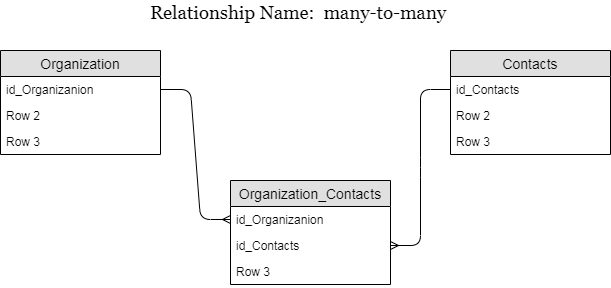
The draw.io diagram task1.png in VaniaKostiuk/Test_for_dev_Kostiuk, before a commit. Source tidied: cells renumbered, new cells last; positions are measured from the earlier drawing's top-left corner, leaving out a move shared by most shapes.
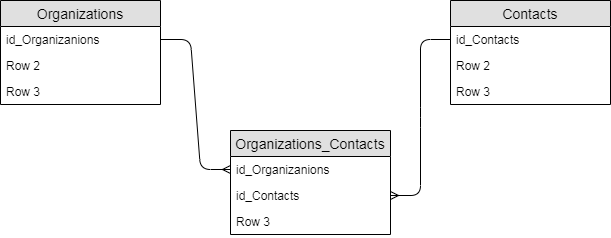
Above is the later version.

Change to the diagram source:
```diff
@@ -2,10 +2,10 @@
   <root>
     <mxCell id="0" />
     <mxCell id="1" parent="0" />
-    <mxCell id="2" value="Organization" style="swimlane;fontStyle=0;horizontal=1;startSize=26;fillColor=#e0e0e0;swimlaneFillColor=#ffffff;align=center;fontSize=14;" parent="1" vertex="1">
+    <mxCell id="2" value="Organizations" style="swimlane;fontStyle=0;horizontal=1;startSize=26;fillColor=#e0e0e0;swimlaneFillColor=#ffffff;align=center;fontSize=14;" parent="1" vertex="1">
       <mxGeometry y="50" width="160" height="104" as="geometry" />
     </mxCell>
-    <mxCell id="3" value="id_Organizanion" style="text;strokeColor=none;fillColor=none;spacingLeft=4;spacingRight=4;overflow=hidden;points=[[0,0.5],[1,0.5]];portConstraint=eastwest;fontSize=12;" parent="2" vertex="1">
+    <mxCell id="3" value="id_Organizanions" style="text;strokeColor=none;fillColor=none;spacingLeft=4;spacingRight=4;overflow=hidden;points=[[0,0.5],[1,0.5]];portConstraint=eastwest;fontSize=12;" parent="2" vertex="1">
       <mxGeometry y="26" width="160" height="26" as="geometry" />
     </mxCell>
     <mxCell id="4" value="Row 2" style="text;strokeColor=none;fillColor=none;spacingLeft=4;spacingRight=4;overflow=hidden;fontSize=12;" parent="2" vertex="1">
@@ -26,10 +26,10 @@
     <mxCell id="9" value="Row 3" style="text;strokeColor=none;fillColor=none;spacingLeft=4;spacingRight=4;overflow=hidden;fontSize=12;" parent="6" vertex="1">
       <mxGeometry y="78" width="160" height="26" as="geometry" />
     </mxCell>
-    <mxCell id="10" value="Organization_Contacts" style="swimlane;fontStyle=0;horizontal=1;startSize=26;fillColor=#e0e0e0;swimlaneFillColor=#ffffff;align=center;fontSize=14;" parent="1" vertex="1">
+    <mxCell id="10" value="Organizations_Contacts" style="swimlane;fontStyle=0;horizontal=1;startSize=26;fillColor=#e0e0e0;swimlaneFillColor=#ffffff;align=center;fontSize=14;" parent="1" vertex="1">
       <mxGeometry x="230" y="180" width="160" height="104" as="geometry" />
     </mxCell>
-    <mxCell id="11" value="id_Organizanion" style="text;strokeColor=none;fillColor=none;spacingLeft=4;spacingRight=4;overflow=hidden;points=[[0,0.5],[1,0.5]];portConstraint=eastwest;fontSize=12;" parent="10" vertex="1">
+    <mxCell id="11" value="id_Organizanions" style="text;strokeColor=none;fillColor=none;spacingLeft=4;spacingRight=4;overflow=hidden;points=[[0,0.5],[1,0.5]];portConstraint=eastwest;fontSize=12;" parent="10" vertex="1">
       <mxGeometry y="26" width="160" height="26" as="geometry" />
     </mxCell>
     <mxCell id="12" value="id_Contacts" style="text;strokeColor=none;fillColor=none;spacingLeft=4;spacingRight=4;overflow=hidden;points=[[0,0.5],[1,0.5]];portConstraint=eastwest;fontSize=12;" parent="10" vertex="1">
@@ -44,8 +44,5 @@
     <mxCell id="15" style="edgeStyle=entityRelationEdgeStyle;fontSize=12;html=1;endArrow=none;exitX=1;exitY=0.5;exitDx=0;exitDy=0;entryX=0;entryY=0.5;entryDx=0;entryDy=0;endFill=0;startArrow=ERmany;startFill=0;" parent="1" edge="1" source="12" target="7">
       <mxGeometry relative="1" as="geometry" />
     </mxCell>
-    <mxCell id="16" value="&lt;span lang=&quot;EN-US&quot; style=&quot;font-size: 14.0pt ; line-height: 107% ; font-family: &amp;#34;georgia&amp;#34; , serif&quot;&gt;Relationship Name:&amp;nbsp; many-to-many&lt;/span&gt;" style="text;html=1;align=left;verticalAlign=top;spacingTop=-4;" parent="1" vertex="1">
-      <mxGeometry x="148" width="310" height="20" as="geometry" />
-    </mxCell>
   </root>
 </mxGraphModel>
```
